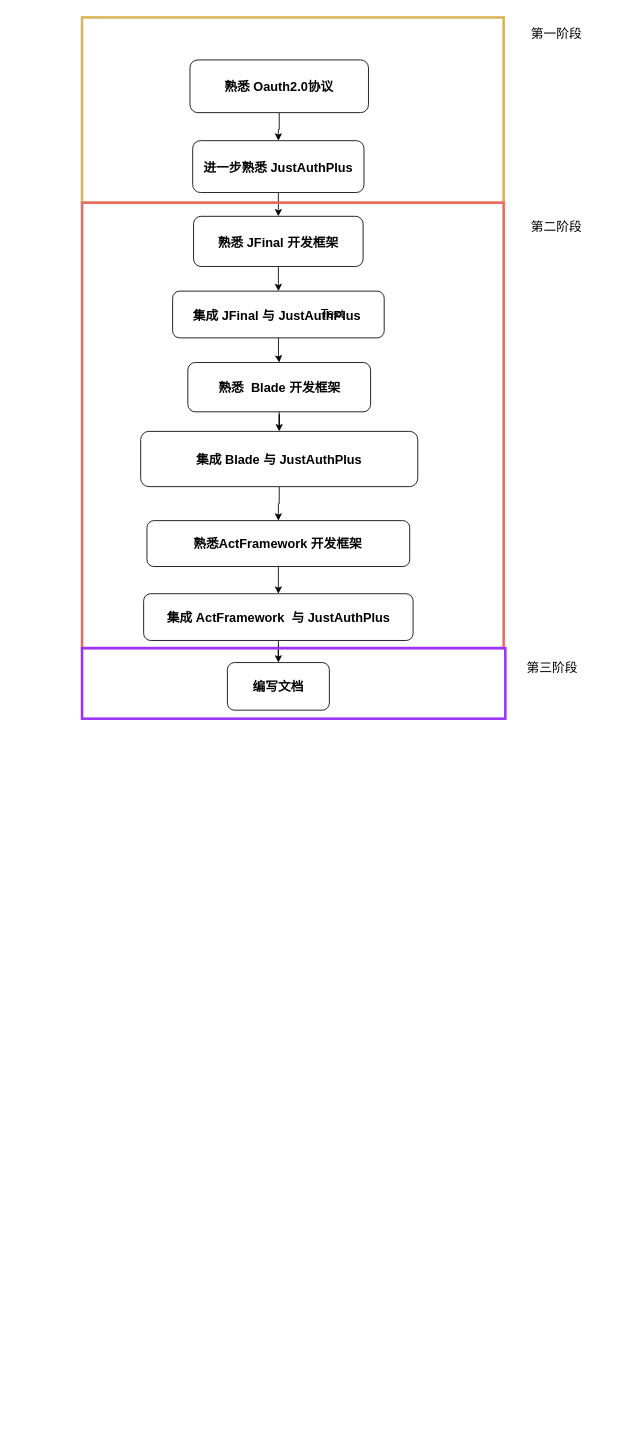
Before: Untitled Diagram.drawio in Mvbbb/draw.io-diagrams, a draw.io diagram. Source tidied: cells renumbered, new cells numbered last; positions are measured from the earlier drawing's top-left corner, leaving out a move shared by most shapes. Both pictures are drawn from the tidied source at 85%, with x=0, y=0 at pixel (82, 14).
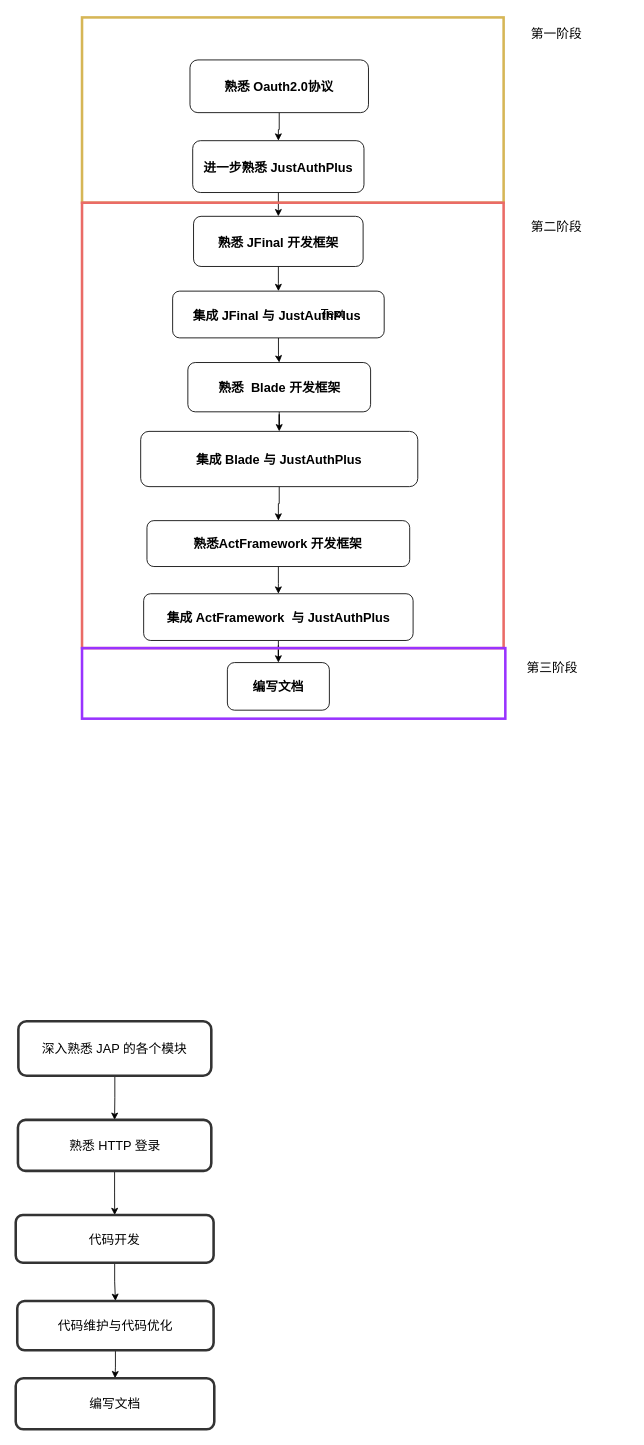
After the change.

Change to the diagram source:
```diff
@@
+    <mxCell id="26" style="edgeStyle=orthogonalEdgeStyle;rounded=0;jettySize=auto;html=1;fontSize=15;" parent="1" edge="1" source="27" target="29">
+      <mxGeometry relative="1" as="geometry" />
+    </mxCell>
+    <mxCell id="27" value="深入熟悉 JAP 的各个模块" style="rounded=1;whiteSpace=wrap;html=1;fontSize=15;strokeWidth=3;fillColor=none;strokeColor=#333333;" parent="1" vertex="1">
+      <mxGeometry x="-74.9" y="1184" width="227" height="64" as="geometry" />
+    </mxCell>
+    <mxCell id="28" style="edgeStyle=orthogonalEdgeStyle;rounded=0;jettySize=auto;html=1;fontSize=15;" parent="1" edge="1" source="29" target="31">
+      <mxGeometry relative="1" as="geometry" />
+    </mxCell>
+    <mxCell id="29" value="熟悉 HTTP 登录" style="whiteSpace=wrap;html=1;rounded=1;fontSize=15;strokeColor=#333333;strokeWidth=3;fillColor=none;" parent="1" vertex="1">
+      <mxGeometry x="-75.4" y="1300" width="227.5" height="60" as="geometry" />
+    </mxCell>
+    <mxCell id="30" style="edgeStyle=orthogonalEdgeStyle;rounded=0;jettySize=auto;html=1;fontSize=15;" parent="1" edge="1" source="31" target="33">
+      <mxGeometry relative="1" as="geometry" />
+    </mxCell>
+    <mxCell id="31" value="代码开发" style="whiteSpace=wrap;html=1;rounded=1;fontSize=15;strokeColor=#333333;strokeWidth=3;fillColor=none;" parent="1" vertex="1">
+      <mxGeometry x="-78" y="1412" width="232.8" height="56" as="geometry" />
+    </mxCell>
+    <mxCell id="32" style="edgeStyle=orthogonalEdgeStyle;rounded=0;jettySize=auto;html=1;fontSize=15;" parent="1" edge="1" source="33" target="34">
+      <mxGeometry relative="1" as="geometry" />
+    </mxCell>
+    <mxCell id="33" value="代码维护与代码优化" style="whiteSpace=wrap;html=1;rounded=1;fontSize=15;strokeColor=#333333;strokeWidth=3;fillColor=none;" parent="1" vertex="1">
+      <mxGeometry x="-76.2" y="1513" width="231" height="58" as="geometry" />
+    </mxCell>
+    <mxCell id="34" value="编写文档" style="whiteSpace=wrap;html=1;rounded=1;fontSize=15;strokeColor=#333333;strokeWidth=3;fillColor=none;" parent="1" vertex="1">
+      <mxGeometry x="-78" y="1604" width="233.6" height="60" as="geometry" />
+    </mxCell>
```
